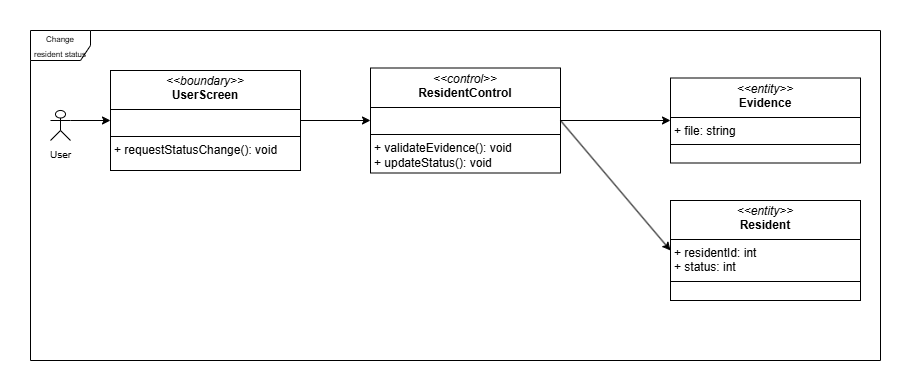
HuyEuler/Apartment-management-system keeps this draw.io diagram as Class-diagram/Boundary–Control–EntityDiagram/ChangeResidentStatus.png. Above is the earlier version. Source tidied: cells renumbered, new cells last; positions are measured from the earlier drawing's top-left corner, leaving out a move shared by most shapes.
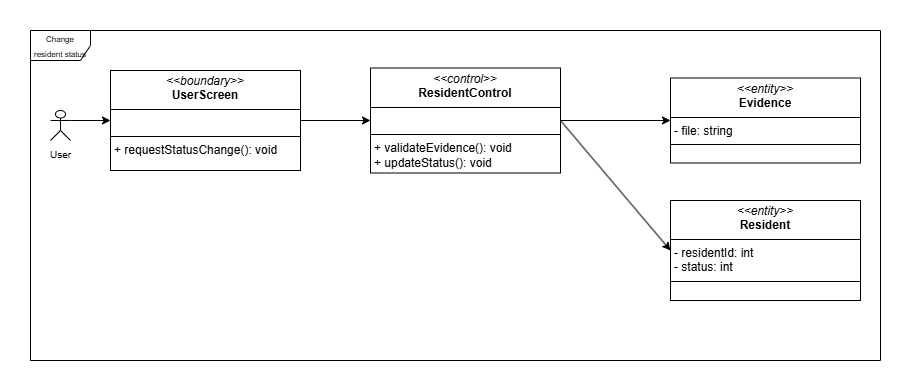
The same diagram one commit later.

Change to the diagram source:
```diff
@@ -14,10 +14,10 @@
     <mxCell id="5" value="&lt;p style=&quot;margin:0px;margin-top:4px;text-align:center;&quot;&gt;&lt;i&gt;&amp;lt;&amp;lt;control&amp;gt;&amp;gt;&lt;/i&gt;&lt;br&gt;&lt;b&gt;ResidentControl&lt;/b&gt;&lt;/p&gt;&lt;hr size=&quot;1&quot; style=&quot;border-style:solid;&quot;&gt;&lt;p style=&quot;margin:0px;margin-left:4px;&quot;&gt;&lt;br&gt;&lt;/p&gt;&lt;hr size=&quot;1&quot; style=&quot;border-style:solid;&quot;&gt;&lt;p style=&quot;margin:0px;margin-left:4px;&quot;&gt;+ &lt;span style=&quot;background-color: transparent; color: light-dark(rgb(0, 0, 0), rgb(255, 255, 255));&quot;&gt;validateEvidence(): void +&amp;nbsp;&lt;/span&gt;&lt;span style=&quot;background-color: transparent; color: light-dark(rgb(0, 0, 0), rgb(255, 255, 255));&quot;&gt;updateStatus(): void&lt;/span&gt;&lt;/p&gt;" style="verticalAlign=top;align=left;overflow=fill;html=1;whiteSpace=wrap;" parent="1" vertex="1">
       <mxGeometry x="340" y="37.5" width="190" height="105" as="geometry" />
     </mxCell>
-    <mxCell id="6" value="&lt;p style=&quot;margin:0px;margin-top:4px;text-align:center;&quot;&gt;&lt;i&gt;&amp;lt;&amp;lt;entity&amp;gt;&amp;gt;&lt;/i&gt;&lt;br&gt;&lt;b&gt;Evidence&lt;/b&gt;&lt;/p&gt;&lt;hr size=&quot;1&quot; style=&quot;border-style:solid;&quot;&gt;&lt;p style=&quot;margin:0px;margin-left:4px;&quot;&gt;+&amp;nbsp;file: string&lt;/p&gt;&lt;hr size=&quot;1&quot; style=&quot;border-style:solid;&quot;&gt;&lt;p style=&quot;margin:0px;margin-left:4px;&quot;&gt;&lt;br&gt;&lt;/p&gt;" style="verticalAlign=top;align=left;overflow=fill;html=1;whiteSpace=wrap;" parent="1" vertex="1">
+    <mxCell id="6" value="&lt;p style=&quot;margin:0px;margin-top:4px;text-align:center;&quot;&gt;&lt;i&gt;&amp;lt;&amp;lt;entity&amp;gt;&amp;gt;&lt;/i&gt;&lt;br&gt;&lt;b&gt;Evidence&lt;/b&gt;&lt;/p&gt;&lt;hr size=&quot;1&quot; style=&quot;border-style:solid;&quot;&gt;&lt;p style=&quot;margin:0px;margin-left:4px;&quot;&gt;- file: string&lt;/p&gt;&lt;hr size=&quot;1&quot; style=&quot;border-style:solid;&quot;&gt;&lt;p style=&quot;margin:0px;margin-left:4px;&quot;&gt;&lt;br&gt;&lt;/p&gt;" style="verticalAlign=top;align=left;overflow=fill;html=1;whiteSpace=wrap;" parent="1" vertex="1">
       <mxGeometry x="640" y="47.5" width="190" height="85" as="geometry" />
     </mxCell>
-    <mxCell id="7" value="&lt;p style=&quot;margin:0px;margin-top:4px;text-align:center;&quot;&gt;&lt;i&gt;&amp;lt;&amp;lt;entity&amp;gt;&amp;gt;&lt;/i&gt;&lt;br&gt;&lt;b&gt;Resident&lt;/b&gt;&lt;/p&gt;&lt;hr size=&quot;1&quot; style=&quot;border-style:solid;&quot;&gt;&lt;p style=&quot;margin: 0px 0px 0px 4px;&quot;&gt;&lt;span style=&quot;background-color: transparent; color: light-dark(rgb(0, 0, 0), rgb(255, 255, 255));&quot;&gt;+ residentId: int&lt;/span&gt;&lt;/p&gt;&lt;p style=&quot;margin: 0px 0px 0px 4px;&quot;&gt;&lt;span style=&quot;background-color: transparent; color: light-dark(rgb(0, 0, 0), rgb(255, 255, 255));&quot;&gt;+ status: int&lt;/span&gt;&lt;/p&gt;&lt;hr size=&quot;1&quot; style=&quot;border-style:solid;&quot;&gt;&lt;p style=&quot;margin:0px;margin-left:4px;&quot;&gt;&lt;br&gt;&lt;/p&gt;" style="verticalAlign=top;align=left;overflow=fill;html=1;whiteSpace=wrap;" parent="1" vertex="1">
+    <mxCell id="7" value="&lt;p style=&quot;margin:0px;margin-top:4px;text-align:center;&quot;&gt;&lt;i&gt;&amp;lt;&amp;lt;entity&amp;gt;&amp;gt;&lt;/i&gt;&lt;br&gt;&lt;b&gt;Resident&lt;/b&gt;&lt;/p&gt;&lt;hr size=&quot;1&quot; style=&quot;border-style:solid;&quot;&gt;&lt;p style=&quot;margin: 0px 0px 0px 4px;&quot;&gt;&lt;span style=&quot;background-color: transparent; color: light-dark(rgb(0, 0, 0), rgb(255, 255, 255));&quot;&gt;- residentId: int&lt;/span&gt;&lt;/p&gt;&lt;p style=&quot;margin: 0px 0px 0px 4px;&quot;&gt;&lt;span style=&quot;background-color: transparent; color: light-dark(rgb(0, 0, 0), rgb(255, 255, 255));&quot;&gt;- status: int&lt;/span&gt;&lt;/p&gt;&lt;hr size=&quot;1&quot; style=&quot;border-style:solid;&quot;&gt;&lt;p style=&quot;margin:0px;margin-left:4px;&quot;&gt;&lt;br&gt;&lt;/p&gt;" style="verticalAlign=top;align=left;overflow=fill;html=1;whiteSpace=wrap;" parent="1" vertex="1">
       <mxGeometry x="640" y="170" width="190" height="100" as="geometry" />
     </mxCell>
     <mxCell id="8" style="endArrow=classic;html=1;rounded=0;exitX=1;exitY=0.3333333333333333;exitDx=0;exitDy=0;exitPerimeter=0;entryX=0;entryY=0.5;entryDx=0;entryDy=0;" parent="1" edge="1" source="3" target="4">
```
